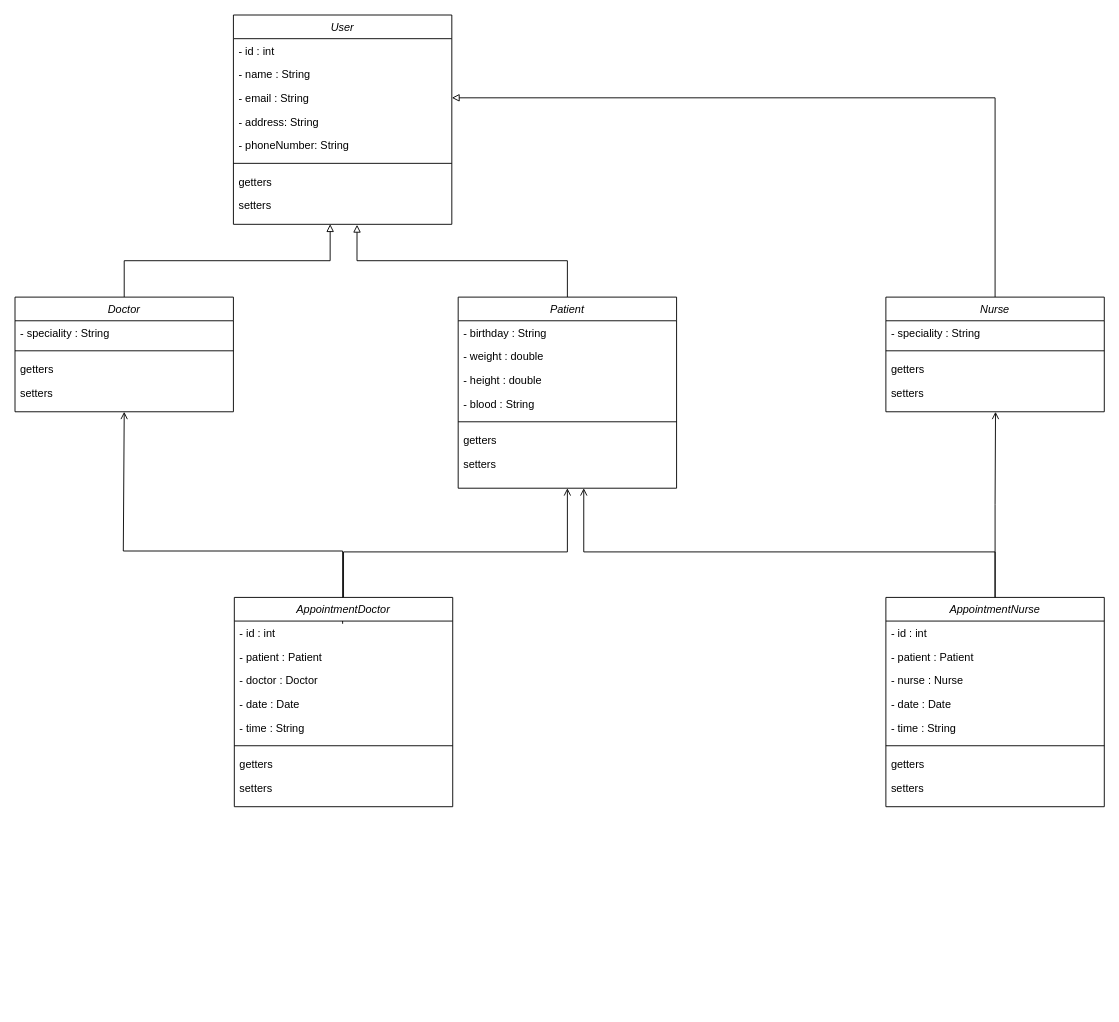
The draw.io diagram MyMedicalAppointments.drawio in jdrodriguez2707/object-oriented-java-se-course, before the edit. Source tidied: cells renumbered, new cells numbered last; positions are measured from the earlier drawing's top-left corner, leaving out a move shared by most shapes. Both pictures are drawn from the tidied source at 91%, with x=0, y=0 at pixel (15, 15).
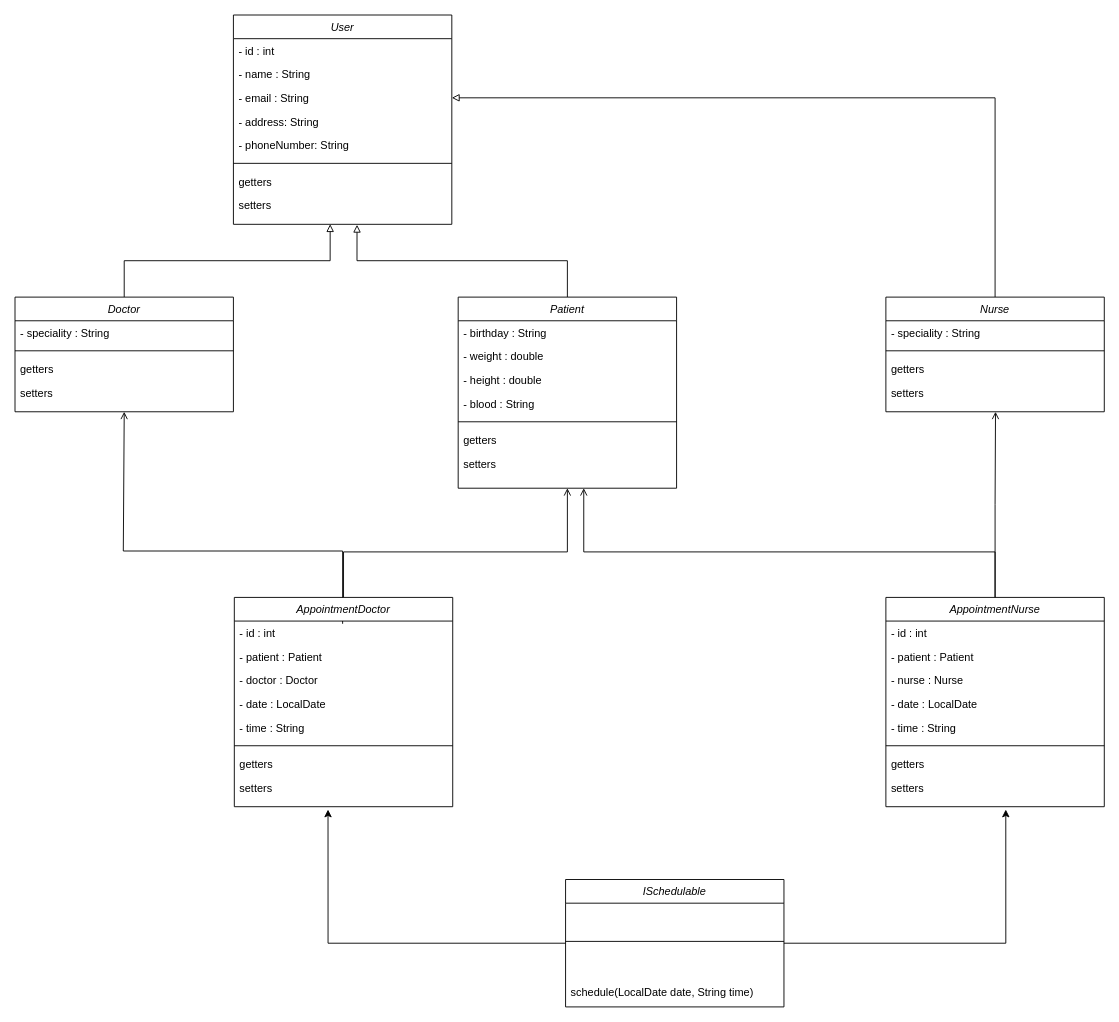
The same diagram, later.

Unchanged cells that the change refers to:
```xml
<mxCell id="29" value="AppointmentDoctor" style="swimlane;fontStyle=2;align=center;verticalAlign=top;horizontal=1;startSize=26;rounded=0;shadow=0;strokeWidth=1;" parent="1" vertex="1">
  <mxGeometry x="241" y="640" width="240" height="230" as="geometry" />
</mxCell>
<mxCell id="37" value="setters" style="text;align=left;verticalAlign=top;spacingLeft=4;spacingRight=4;overflow=hidden;points=[[0,0.5],[1,0.5]];portConstraint=eastwest;" parent="29" vertex="1">
  <mxGeometry y="196" width="240" height="34" as="geometry" />
</mxCell>
<mxCell id="45" value="AppointmentNurse" style="swimlane;fontStyle=2;align=center;verticalAlign=top;horizontal=1;startSize=26;rounded=0;shadow=0;strokeWidth=1;" parent="1" vertex="1">
  <mxGeometry x="957" y="640" width="240" height="230" as="geometry" />
</mxCell>
<mxCell id="53" value="setters" style="text;align=left;verticalAlign=top;spacingLeft=4;spacingRight=4;overflow=hidden;points=[[0,0.5],[1,0.5]];portConstraint=eastwest;" parent="45" vertex="1">
  <mxGeometry y="196" width="240" height="34" as="geometry" />
</mxCell>
```

The edit, as a diff of the source:
```diff
@@
-    <mxCell id="33" value="- date : Date" style="text;align=left;verticalAlign=top;spacingLeft=4;spacingRight=4;overflow=hidden;rounded=0;shadow=0;html=0;" parent="29" vertex="1">
+    <mxCell id="33" value="- date : LocalDate" style="text;align=left;verticalAlign=top;spacingLeft=4;spacingRight=4;overflow=hidden;rounded=0;shadow=0;html=0;" parent="29" vertex="1">
       <mxGeometry y="104" width="240" height="26" as="geometry" />
     </mxCell>
@@
-    <mxCell id="49" value="- date : Date" style="text;align=left;verticalAlign=top;spacingLeft=4;spacingRight=4;overflow=hidden;rounded=0;shadow=0;html=0;" parent="45" vertex="1">
+    <mxCell id="49" value="- date : LocalDate" style="text;align=left;verticalAlign=top;spacingLeft=4;spacingRight=4;overflow=hidden;rounded=0;shadow=0;html=0;" parent="45" vertex="1">
       <mxGeometry y="104" width="240" height="26" as="geometry" />
     </mxCell>
@@
+    <mxCell id="55" style="edgeStyle=orthogonalEdgeStyle;rounded=0;jettySize=auto;html=1;exitX=0;exitY=0.5;exitDx=0;exitDy=0;entryX=0.429;entryY=1.092;entryDx=0;entryDy=0;entryPerimeter=0;" parent="1" edge="1" source="57" target="37">
+      <mxGeometry relative="1" as="geometry">
+        <Array as="points">
+          <mxPoint x="344" y="1020" />
+        </Array>
+      </mxGeometry>
+    </mxCell>
+    <mxCell id="56" style="edgeStyle=orthogonalEdgeStyle;rounded=0;jettySize=auto;html=1;exitX=1;exitY=0.5;exitDx=0;exitDy=0;entryX=0.549;entryY=1.092;entryDx=0;entryDy=0;entryPerimeter=0;" parent="1" edge="1" source="57" target="53">
+      <mxGeometry relative="1" as="geometry">
+        <Array as="points">
+          <mxPoint x="1089" y="1020" />
+        </Array>
+      </mxGeometry>
+    </mxCell>
+    <mxCell id="57" value="ISchedulable" style="swimlane;fontStyle=2;align=center;verticalAlign=top;horizontal=1;startSize=26;rounded=0;shadow=0;strokeWidth=1;" parent="1" vertex="1">
+      <mxGeometry x="605" y="950" width="240" height="140" as="geometry" />
+    </mxCell>
+    <mxCell id="58" style="line;html=1;strokeWidth=1;align=left;verticalAlign=middle;spacingTop=-1;spacingLeft=3;spacingRight=3;labelPosition=right;" parent="57" vertex="1">
+      <mxGeometry y="26" width="240" height="84" as="geometry" />
+    </mxCell>
+    <mxCell id="59" value="schedule(LocalDate date, String time)" style="text;align=left;verticalAlign=top;spacingLeft=4;spacingRight=4;overflow=hidden;" parent="57" vertex="1">
+      <mxGeometry y="110" width="240" height="30" as="geometry" />
+    </mxCell>
```
